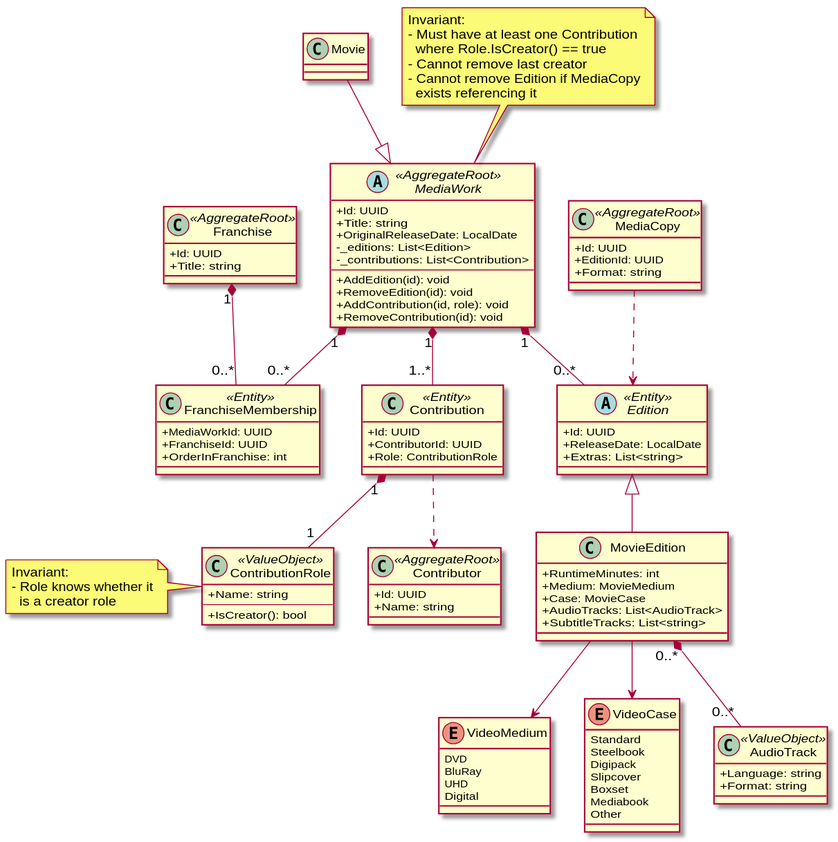
Above: docs/diagrams/domain-work.svg in yantue/colleq (PlantUML), before the change.
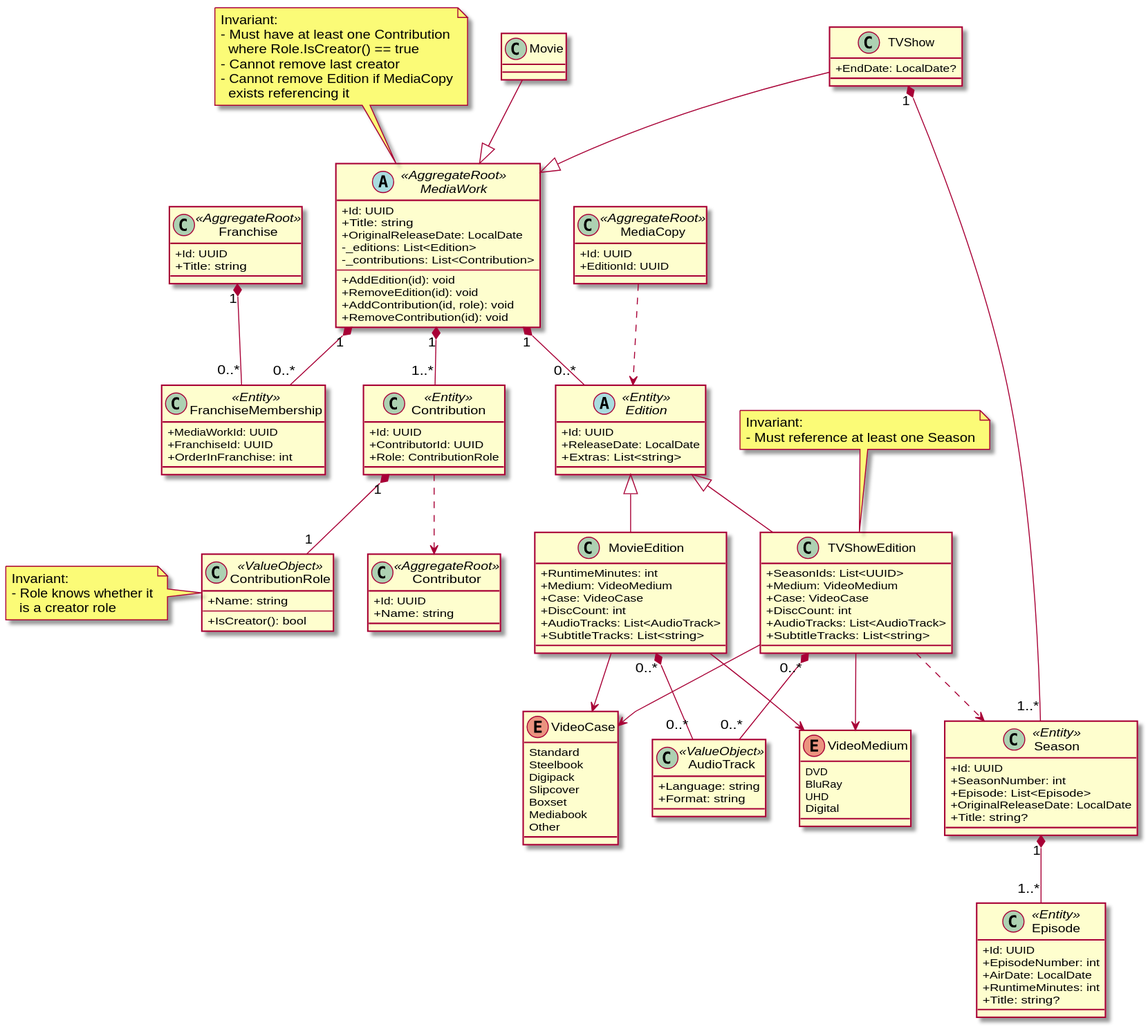
After the commit.

Commit message:
fix: generated diagrams out of sync

Change to the diagram source:
```diff
@@ -26,6 +26,9 @@
 }
 
 class Movie
+class TVShow {
+    +EndDate: LocalDate?
+}
 
 abstract class Edition <<Entity>> {
     +Id: UUID
@@ -35,8 +38,36 @@
 
 class MovieEdition {
     +RuntimeMinutes: int
-    +Medium: MovieMedium
-    +Case: MovieCase
+    +Medium: VideoMedium
+    +Case: VideoCase
+    +DiscCount: int
+    +AudioTracks: List<AudioTrack>
+    +SubtitleTracks: List<string>
+}
+
+class Episode <<Entity>> {
+    +Id: UUID
+    +EpisodeNumber: int
+    +AirDate: LocalDate
+    +RuntimeMinutes: int
+    +Title: string?
+}
+
+class Season <<Entity>> {
+    +Id: UUID
+    +SeasonNumber: int
+    +Episode: List<Episode>
+    +OriginalReleaseDate: LocalDate
+    +Title: string?
+}
+
+Season "1" *-- "1..*" Episode
+
+class TVShowEdition {
+    +SeasonIds: List<UUID>
+    +Medium: VideoMedium
+    +Case: VideoCase
+    +DiscCount: int
     +AudioTracks: List<AudioTrack>
     +SubtitleTracks: List<string>
 }
@@ -64,13 +95,26 @@
 }
 
 Franchise "1" *-- "0..*" FranchiseMembership
+
 MediaWork "1" *-- "0..*" FranchiseMembership
 MediaWork "1" *-- "0..*" Edition
+
 Movie --|> MediaWork
+TVShow --|> MediaWork
+
 Edition <|-- MovieEdition
+Edition <|-- TVShowEdition
+
 MovieEdition "0..*" *-- "0..*" AudioTrack
 MovieEdition --> VideoMedium
 MovieEdition --> VideoCase
+
+TVShow "1" *-- "1..*" Season
+
+TVShowEdition ..> Season
+TVShowEdition "0..*" *-- "0..*" AudioTrack
+TVShowEdition --> VideoMedium
+TVShowEdition --> VideoCase
 
 class Contributor <<AggregateRoot>> {
     +Id: UUID
@@ -108,10 +152,14 @@
   exists referencing it
 end note
 
+note top of TVShowEdition
+Invariant:
+- Must reference at least one Season
+end note
+
 class MediaCopy <<AggregateRoot>> {
     +Id: UUID
     +EditionId: UUID
-    +Format: string
 }
 
 MediaCopy ..> Edition
```
